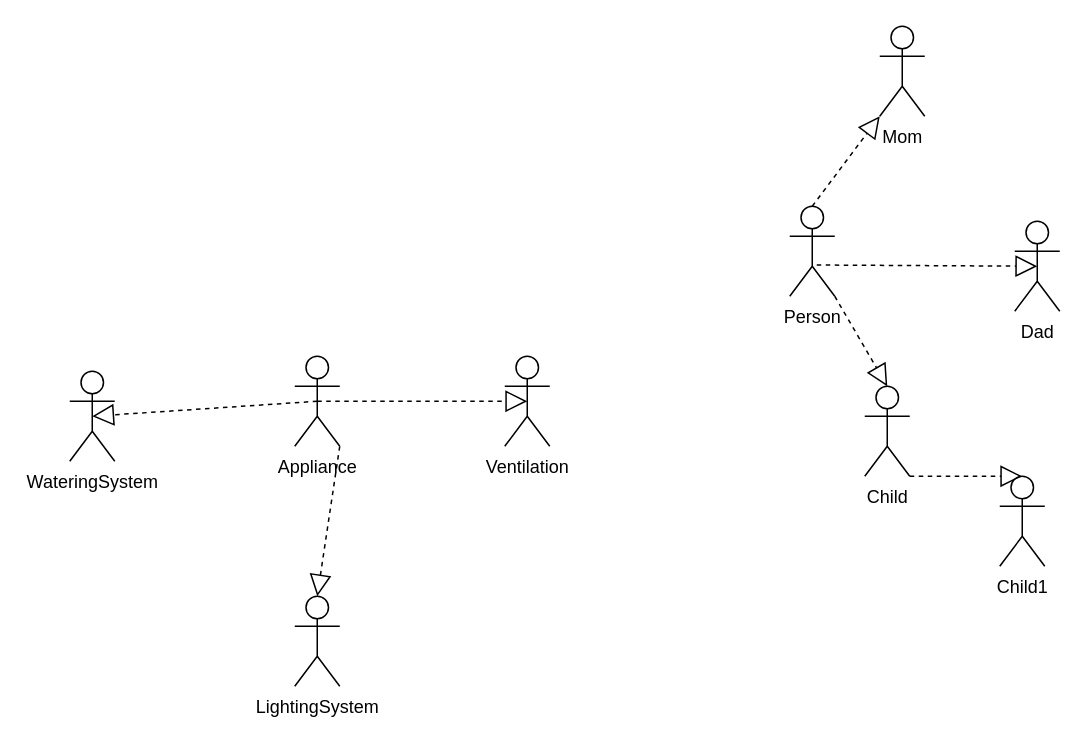
alfacentaur1/omo_objectModel keeps this draw.io diagram as actors_catalog.drawio. Above is the earlier version. Source tidied: cells renumbered, new cells numbered last; positions are measured from the earlier drawing's top-left corner, leaving out a move shared by most shapes. Both pictures are drawn from the tidied source at 150%, with x=0, y=0 at pixel (69, 26).
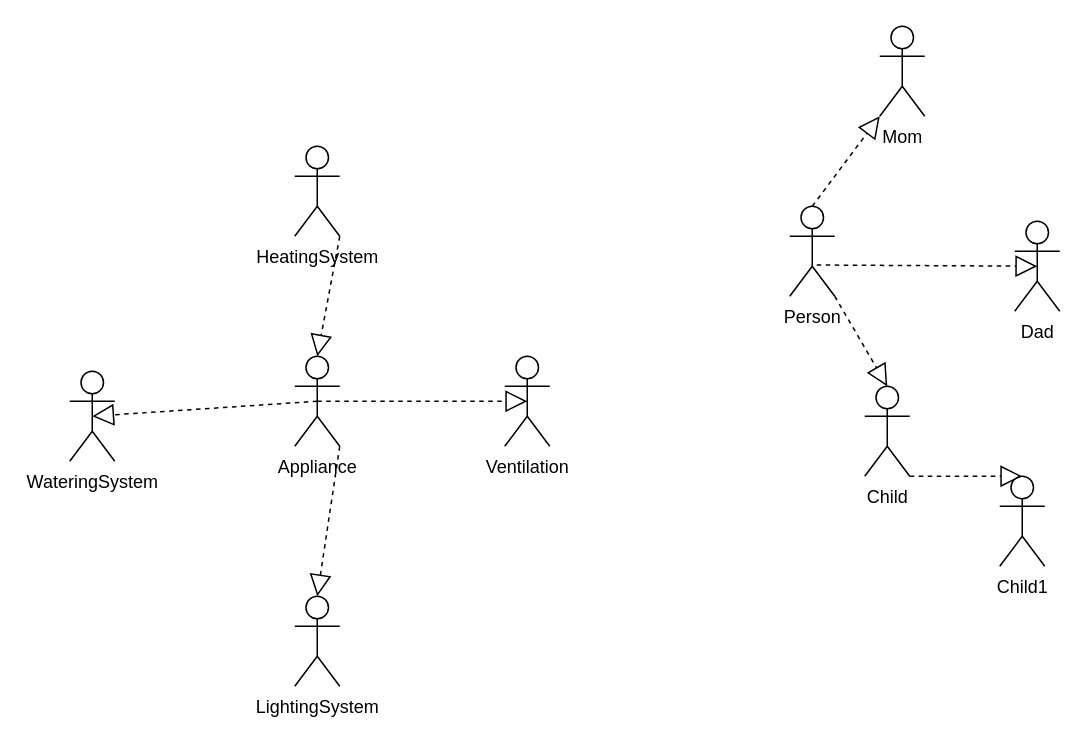
Above is the later version.

What changed in the source:
```diff
@@
 <mxGraphModel>
   <root>
     <mxCell id="0" />
     <mxCell id="1" parent="0" />
     <mxCell id="2" value="Appliance" style="shape=umlActor;verticalLabelPosition=bottom;verticalAlign=top;html=1;" parent="1" vertex="1">
       <mxGeometry x="150" y="220" width="30" height="60" as="geometry" />
     </mxCell>
     <mxCell id="3" value="Ventilation" style="shape=umlActor;verticalLabelPosition=bottom;verticalAlign=top;html=1;" parent="1" vertex="1">
       <mxGeometry x="290" y="220" width="30" height="60" as="geometry" />
     </mxCell>
     <mxCell id="4" style="endArrow=block;dashed=1;endFill=0;endSize=12;html=1;rounded=0;entryX=0.5;entryY=0.5;entryDx=0;entryDy=0;entryPerimeter=0;exitX=0.5;exitY=0.5;exitDx=0;exitDy=0;exitPerimeter=0;" parent="1" edge="1" source="2" target="3">
       <mxGeometry relative="1" as="geometry" />
     </mxCell>
     <mxCell id="5" value="Person" style="shape=umlActor;verticalLabelPosition=bottom;verticalAlign=top;html=1;" parent="1" vertex="1">
       <mxGeometry x="480" y="120" width="30" height="60" as="geometry" />
     </mxCell>
     <mxCell id="6" value="Mom" style="shape=umlActor;verticalLabelPosition=bottom;verticalAlign=top;html=1;" parent="1" vertex="1">
       <mxGeometry x="540" width="30" height="60" as="geometry" />
     </mxCell>
     <mxCell id="7" value="Dad" style="shape=umlActor;verticalLabelPosition=bottom;verticalAlign=top;html=1;" parent="1" vertex="1">
       <mxGeometry x="630" y="130" width="30" height="60" as="geometry" />
     </mxCell>
     <mxCell id="8" value="Child" style="shape=umlActor;verticalLabelPosition=bottom;verticalAlign=top;html=1;" parent="1" vertex="1">
       <mxGeometry x="530" y="240" width="30" height="60" as="geometry" />
     </mxCell>
     <mxCell id="9" style="endArrow=block;dashed=1;endFill=0;endSize=12;html=1;rounded=0;entryX=0.5;entryY=0.5;entryDx=0;entryDy=0;entryPerimeter=0;exitX=0.6;exitY=0.653;exitDx=0;exitDy=0;exitPerimeter=0;" parent="1" edge="1" source="5" target="7">
       <mxGeometry relative="1" as="geometry" />
     </mxCell>
     <mxCell id="10" style="endArrow=block;dashed=1;endFill=0;endSize=12;html=1;rounded=0;entryX=0;entryY=1;entryDx=0;entryDy=0;entryPerimeter=0;exitX=0.5;exitY=0;exitDx=0;exitDy=0;exitPerimeter=0;" parent="1" edge="1" source="5" target="6">
       <mxGeometry relative="1" as="geometry" />
     </mxCell>
     <mxCell id="11" style="endArrow=block;dashed=1;endFill=0;endSize=12;html=1;rounded=0;entryX=0.5;entryY=0;entryDx=0;entryDy=0;entryPerimeter=0;exitX=1;exitY=1;exitDx=0;exitDy=0;exitPerimeter=0;" parent="1" edge="1" source="5" target="8">
       <mxGeometry relative="1" as="geometry" />
     </mxCell>
     <mxCell id="12" value="Child1" style="shape=umlActor;verticalLabelPosition=bottom;verticalAlign=top;html=1;" parent="1" vertex="1">
       <mxGeometry x="620" y="300" width="30" height="60" as="geometry" />
     </mxCell>
     <mxCell id="13" style="endArrow=block;dashed=1;endFill=0;endSize=12;html=1;rounded=0;entryX=0.5;entryY=0;entryDx=0;entryDy=0;entryPerimeter=0;exitX=1;exitY=1;exitDx=0;exitDy=0;exitPerimeter=0;" parent="1" edge="1" source="8" target="12">
       <mxGeometry relative="1" as="geometry" />
     </mxCell>
     <mxCell id="14" value="WateringSystem" style="shape=umlActor;verticalLabelPosition=bottom;verticalAlign=top;html=1;" parent="1" vertex="1">
       <mxGeometry y="230" width="30" height="60" as="geometry" />
     </mxCell>
     <mxCell id="15" style="endArrow=block;dashed=1;endFill=0;endSize=12;html=1;rounded=0;entryX=0.5;entryY=0.5;entryDx=0;entryDy=0;entryPerimeter=0;exitX=0.5;exitY=0.5;exitDx=0;exitDy=0;exitPerimeter=0;" parent="1" edge="1" source="2" target="14">
       <mxGeometry relative="1" as="geometry" />
     </mxCell>
     <mxCell id="16" value="LightingSystem" style="shape=umlActor;verticalLabelPosition=bottom;verticalAlign=top;html=1;" parent="1" vertex="1">
       <mxGeometry x="150" y="380" width="30" height="60" as="geometry" />
     </mxCell>
     <mxCell id="17" style="endArrow=block;dashed=1;endFill=0;endSize=12;html=1;rounded=0;entryX=0.5;entryY=0;entryDx=0;entryDy=0;entryPerimeter=0;exitX=1;exitY=1;exitDx=0;exitDy=0;exitPerimeter=0;" parent="1" edge="1" source="2" target="16">
       <mxGeometry relative="1" as="geometry" />
     </mxCell>
+    <mxCell id="18" value="HeatingSystem" style="shape=umlActor;verticalLabelPosition=bottom;verticalAlign=top;html=1;" parent="1" vertex="1">
+      <mxGeometry x="150" y="80" width="30" height="60" as="geometry" />
+    </mxCell>
+    <mxCell id="19" style="endArrow=block;dashed=1;endFill=0;endSize=12;html=1;rounded=0;entryX=0.5;entryY=0;entryDx=0;entryDy=0;entryPerimeter=0;exitX=1;exitY=1;exitDx=0;exitDy=0;exitPerimeter=0;" parent="1" edge="1" source="18" target="2">
+      <mxGeometry relative="1" as="geometry" />
+    </mxCell>
   </root>
 </mxGraphModel>
```
